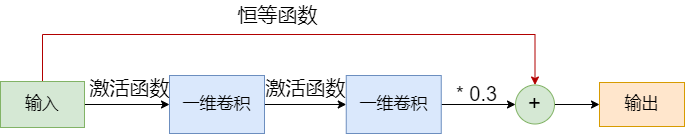
lakomi/pictures keeps this draw.io diagram as relnet-structure.drawio.png. Above is the earlier version. Source tidied: cells renumbered, new cells last; positions are measured from the earlier drawing's top-left corner, leaving out a move shared by most shapes.
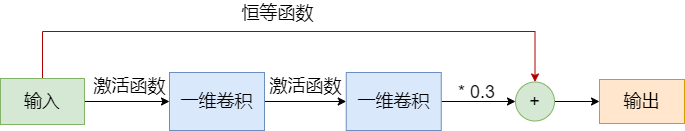
The same file after the commit.

Change to the diagram source:
```diff
@@ -2,10 +2,10 @@
   <root>
     <mxCell id="0" />
     <mxCell id="1" parent="0" />
-    <mxCell id="2" style="edgeStyle=orthogonalEdgeStyle;rounded=0;jettySize=auto;html=1;exitX=1;exitY=0.5;exitDx=0;exitDy=0;fontSize=17;" parent="1" edge="1" source="4" target="6">
+    <mxCell id="2" style="edgeStyle=orthogonalEdgeStyle;rounded=0;jettySize=auto;html=1;exitX=1;exitY=0.5;exitDx=0;exitDy=0;fontSize=18;" parent="1" edge="1" source="4" target="6">
       <mxGeometry relative="1" as="geometry" />
     </mxCell>
-    <mxCell id="3" style="edgeStyle=orthogonalEdgeStyle;rounded=0;jettySize=auto;html=1;exitX=0.5;exitY=0;exitDx=0;exitDy=0;entryX=0.5;entryY=0;entryDx=0;entryDy=0;fontSize=20;fillColor=#e51400;strokeColor=#B20000;" parent="1" edge="1" source="4" target="10">
+    <mxCell id="3" style="edgeStyle=orthogonalEdgeStyle;rounded=0;jettySize=auto;html=1;exitX=0.5;exitY=0;exitDx=0;exitDy=0;entryX=0.5;entryY=0;entryDx=0;entryDy=0;fontSize=18;fillColor=#e51400;strokeColor=#B20000;" parent="1" edge="1" source="4" target="10">
       <mxGeometry relative="1" as="geometry">
         <Array as="points">
           <mxPoint x="42" y="34" />
@@ -13,41 +13,41 @@
         </Array>
       </mxGeometry>
     </mxCell>
-    <mxCell id="4" value="输入" style="rounded=0;whiteSpace=wrap;html=1;fontSize=17;fillColor=#d5e8d4;strokeColor=#82b366;" parent="1" vertex="1">
+    <mxCell id="4" value="输入" style="rounded=0;whiteSpace=wrap;html=1;fontSize=18;fillColor=#d5e8d4;strokeColor=#82b366;" parent="1" vertex="1">
       <mxGeometry y="81" width="84" height="46" as="geometry" />
     </mxCell>
-    <mxCell id="5" style="edgeStyle=orthogonalEdgeStyle;rounded=0;jettySize=auto;html=1;exitX=1;exitY=0.5;exitDx=0;exitDy=0;entryX=0;entryY=0.5;entryDx=0;entryDy=0;fontSize=17;" parent="1" edge="1" source="6" target="8">
+    <mxCell id="5" style="edgeStyle=orthogonalEdgeStyle;rounded=0;jettySize=auto;html=1;exitX=1;exitY=0.5;exitDx=0;exitDy=0;entryX=0;entryY=0.5;entryDx=0;entryDy=0;fontSize=18;" parent="1" edge="1" source="6" target="8">
       <mxGeometry relative="1" as="geometry" />
     </mxCell>
-    <mxCell id="6" value="一维卷积" style="rounded=0;whiteSpace=wrap;html=1;fontSize=17;fillColor=#dae8fc;strokeColor=#6c8ebf;" parent="1" vertex="1">
+    <mxCell id="6" value="一维卷积" style="rounded=0;whiteSpace=wrap;html=1;fontSize=18;fillColor=#dae8fc;strokeColor=#6c8ebf;" parent="1" vertex="1">
       <mxGeometry x="169" y="75" width="95" height="58" as="geometry" />
     </mxCell>
-    <mxCell id="7" style="edgeStyle=orthogonalEdgeStyle;rounded=0;jettySize=auto;html=1;exitX=1;exitY=0.5;exitDx=0;exitDy=0;fontSize=22;" parent="1" edge="1" source="8" target="10">
+    <mxCell id="7" style="edgeStyle=orthogonalEdgeStyle;rounded=0;jettySize=auto;html=1;exitX=1;exitY=0.5;exitDx=0;exitDy=0;fontSize=18;" parent="1" edge="1" source="8" target="10">
       <mxGeometry relative="1" as="geometry" />
     </mxCell>
-    <mxCell id="8" value="一维卷积" style="rounded=0;whiteSpace=wrap;html=1;fontSize=17;fillColor=#dae8fc;strokeColor=#6c8ebf;" parent="1" vertex="1">
+    <mxCell id="8" value="一维卷积" style="rounded=0;whiteSpace=wrap;html=1;fontSize=18;fillColor=#dae8fc;strokeColor=#6c8ebf;" parent="1" vertex="1">
       <mxGeometry x="345.8" y="75" width="95" height="58" as="geometry" />
     </mxCell>
-    <mxCell id="9" style="edgeStyle=orthogonalEdgeStyle;rounded=0;jettySize=auto;html=1;exitX=1;exitY=0.5;exitDx=0;exitDy=0;fontSize=22;" parent="1" edge="1" source="10" target="11">
+    <mxCell id="9" style="edgeStyle=orthogonalEdgeStyle;rounded=0;jettySize=auto;html=1;exitX=1;exitY=0.5;exitDx=0;exitDy=0;fontSize=18;" parent="1" edge="1" source="10" target="11">
       <mxGeometry relative="1" as="geometry" />
     </mxCell>
-    <mxCell id="10" value="+" style="ellipse;whiteSpace=wrap;html=1;fontSize=22;fillColor=#d5e8d4;strokeColor=#82b366;" parent="1" vertex="1">
+    <mxCell id="10" value="+" style="ellipse;whiteSpace=wrap;html=1;fontSize=18;fillColor=#d5e8d4;strokeColor=#82b366;" parent="1" vertex="1">
       <mxGeometry x="515" y="84.5" width="39" height="39" as="geometry" />
     </mxCell>
-    <mxCell id="11" value="输出" style="rounded=0;whiteSpace=wrap;html=1;fontSize=17;fillColor=#ffe6cc;strokeColor=#d79b00;" parent="1" vertex="1">
+    <mxCell id="11" value="输出" style="rounded=0;whiteSpace=wrap;html=1;fontSize=18;fillColor=#ffe6cc;strokeColor=#d79b00;" parent="1" vertex="1">
       <mxGeometry x="599" y="82" width="85" height="44" as="geometry" />
     </mxCell>
-    <mxCell id="12" value="* 0.3" style="text;html=1;align=center;verticalAlign=middle;strokeColor=none;fillColor=none;fontSize=20;" parent="1" vertex="1">
-      <mxGeometry x="450" y="79" width="51" height="28" as="geometry" />
+    <mxCell id="12" value="* 0.3" style="text;html=1;align=center;verticalAlign=middle;strokeColor=none;fillColor=none;fontSize=18;" parent="1" vertex="1">
+      <mxGeometry x="452" y="82" width="47" height="26" as="geometry" />
     </mxCell>
-    <mxCell id="13" value="激活函数" style="text;html=1;align=center;verticalAlign=middle;strokeColor=none;fillColor=none;fontSize=20;" parent="1" vertex="1">
-      <mxGeometry x="84" y="73" width="90" height="28" as="geometry" />
+    <mxCell id="13" value="激活函数" style="text;html=1;align=center;verticalAlign=middle;strokeColor=none;fillColor=none;fontSize=18;" parent="1" vertex="1">
+      <mxGeometry x="88" y="76" width="82" height="26" as="geometry" />
     </mxCell>
-    <mxCell id="14" value="激活函数" style="text;html=1;align=center;verticalAlign=middle;strokeColor=none;fillColor=none;fontSize=20;" parent="1" vertex="1">
-      <mxGeometry x="260" y="73" width="90" height="28" as="geometry" />
+    <mxCell id="14" value="激活函数" style="text;html=1;align=center;verticalAlign=middle;strokeColor=none;fillColor=none;fontSize=18;" parent="1" vertex="1">
+      <mxGeometry x="264" y="76" width="82" height="26" as="geometry" />
     </mxCell>
-    <mxCell id="15" value="恒等函数" style="text;html=1;align=center;verticalAlign=middle;strokeColor=none;fillColor=none;fontSize=20;" parent="1" vertex="1">
-      <mxGeometry x="232" width="90" height="28" as="geometry" />
+    <mxCell id="15" value="恒等函数" style="text;html=1;align=center;verticalAlign=middle;strokeColor=none;fillColor=none;fontSize=18;" parent="1" vertex="1">
+      <mxGeometry x="236" y="3" width="82" height="26" as="geometry" />
     </mxCell>
   </root>
 </mxGraphModel>
```
